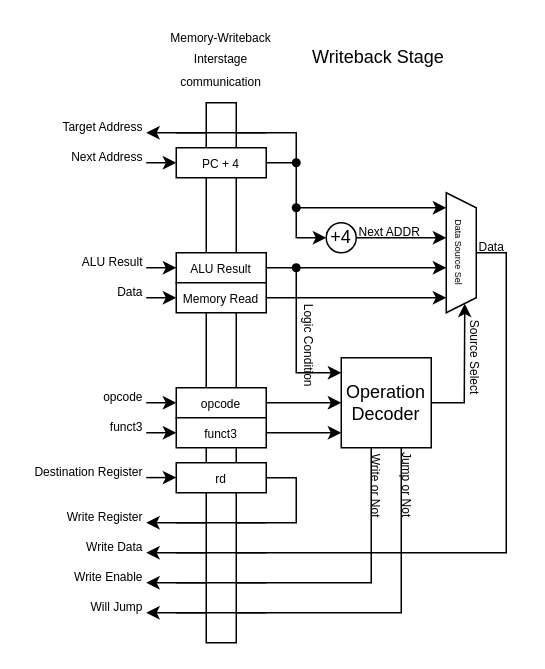
This is page "Writeback stage" (6 of 6) of docs/imgs/microarchitecture/datapath.drawio from WachirawichN/C0-CPU, a draw.io file, before an edit. Source tidied: cells renumbered, new cells numbered last; positions are measured from the earlier drawing's top-left corner, leaving out a move shared by most shapes. Both pictures are drawn from the tidied source at 150%, with x=0, y=0 at pixel (26, 27).
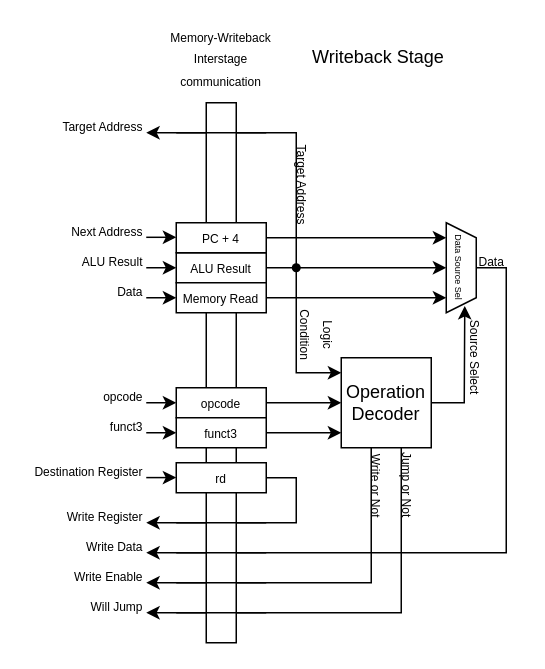
The same diagram, later.

Unchanged cells that the change refers to:
```xml
<mxCell id="17" value="&lt;span style=&quot;font-size: 8px;&quot;&gt;Target Address&lt;/span&gt;" style="text;html=1;whiteSpace=wrap;strokeColor=none;fillColor=none;align=right;verticalAlign=middle;rounded=0;" parent="1" vertex="1">
  <mxGeometry x="20" y="60" width="60" height="10" as="geometry" />
</mxCell>
<mxCell id="42" style="shape=waypoint;sketch=0;fillStyle=solid;size=6;points=[];fillColor=none;perimeter=centerPerimeter;snapToPoint=1;" parent="1" vertex="1">
  <mxGeometry x="170" y="150" width="20" height="20" as="geometry" />
</mxCell>
<mxCell id="45" style="group;" parent="1" vertex="1">
  <mxGeometry x="90" width="80" height="410" as="geometry" />
</mxCell>
```

What changed in the source:
```diff
@@
     <mxCell id="2" style="endArrow=classic;html=1;rounded=0;entryX=0;entryY=0.5;entryDx=0;entryDy=0;" parent="1" edge="1">
       <mxGeometry relative="1" as="geometry">
-        <mxPoint x="80" y="90" as="sourcePoint" />
-        <mxPoint x="100" y="90" as="targetPoint" />
+        <mxPoint x="80" y="139.7" as="sourcePoint" />
+        <mxPoint x="100" y="139.7" as="targetPoint" />
       </mxGeometry>
     </mxCell>
     <mxCell id="3" value="&lt;font style=&quot;font-size: 6px;&quot;&gt;Data Source Sel&lt;/font&gt;" style="shape=trapezoid;perimeter=trapezoidPerimeter;whiteSpace=wrap;html=1;fixedSize=1;size=10;rotation=90;fillColor=light-dark(#FFFFFF,#000000);" parent="1" vertex="1">
-      <mxGeometry x="250" y="140" width="80" height="20" as="geometry" />
+      <mxGeometry x="260" y="150" width="60" height="20" as="geometry" />
     </mxCell>
-    <mxCell id="4" style="endArrow=classic;html=1;rounded=0;exitX=1;exitY=0.5;exitDx=0;exitDy=0;entryX=0.375;entryY=1;entryDx=0;entryDy=0;entryPerimeter=0;" parent="1" edge="1" source="40" target="3">
+    <mxCell id="4" style="endArrow=classic;html=1;rounded=0;exitX=1;exitY=0.5;exitDx=0;exitDy=0;entryX=0.167;entryY=1;entryDx=0;entryDy=0;entryPerimeter=0;" parent="1" edge="1" source="53" target="3">
       <mxGeometry relative="1" as="geometry" />
     </mxCell>
-    <mxCell id="5" style="endArrow=classic;html=1;rounded=0;exitX=1;exitY=0.5;exitDx=0;exitDy=0;entryX=0.625;entryY=1;entryDx=0;entryDy=0;entryPerimeter=0;" parent="1" edge="1" target="3">
+    <mxCell id="5" style="endArrow=classic;html=1;rounded=0;exitX=1;exitY=0.5;exitDx=0;exitDy=0;entryX=0.5;entryY=1;entryDx=0;entryDy=0;" parent="1" edge="1" target="3">
       <mxGeometry relative="1" as="geometry">
         <mxPoint x="160" y="160" as="sourcePoint" />
       </mxGeometry>
     </mxCell>
-    <mxCell id="6" style="endArrow=classic;html=1;rounded=0;exitX=1;exitY=0.5;exitDx=0;exitDy=0;entryX=0.875;entryY=1;entryDx=0;entryDy=0;entryPerimeter=0;" parent="1" edge="1" target="3">
+    <mxCell id="6" style="endArrow=classic;html=1;rounded=0;exitX=1;exitY=0.5;exitDx=0;exitDy=0;entryX=0.833;entryY=1;entryDx=0;entryDy=0;entryPerimeter=0;" parent="1" edge="1" target="3">
       <mxGeometry relative="1" as="geometry">
         <mxPoint x="160" y="180" as="sourcePoint" />
       </mxGeometry>
     </mxCell>
@@
     <mxCell id="11" style="endArrow=classic;html=1;rounded=0;exitX=0.5;exitY=0;exitDx=0;exitDy=0;" parent="1" edge="1" source="3">
       <mxGeometry relative="1" as="geometry">
         <mxPoint x="80" y="350" as="targetPoint" />
         <Array as="points">
-          <mxPoint x="320" y="150" />
+          <mxPoint x="320" y="160" />
           <mxPoint x="320" y="350" />
         </Array>
       </mxGeometry>
     </mxCell>
@@
     <mxCell id="13" value="&lt;font style=&quot;font-size: 8px;&quot;&gt;Data&lt;/font&gt;" style="text;html=1;whiteSpace=wrap;strokeColor=none;fillColor=none;align=left;verticalAlign=middle;rounded=0;" parent="1" vertex="1">
-      <mxGeometry x="300" y="140" width="20" height="10" as="geometry" />
+      <mxGeometry x="300" y="150" width="20" height="10" as="geometry" />
     </mxCell>
@@
     <mxCell id="16" value="&lt;font style=&quot;font-size: 8px;&quot;&gt;Next Address&lt;/font&gt;" style="text;html=1;whiteSpace=wrap;strokeColor=none;fillColor=none;align=right;verticalAlign=middle;rounded=0;" parent="1" vertex="1">
-      <mxGeometry x="30" y="80" width="50" height="10" as="geometry" />
+      <mxGeometry x="30" y="129.7" width="50" height="10" as="geometry" />
     </mxCell>
@@
-    <mxCell id="31" style="endArrow=classic;html=1;rounded=0;entryX=0.125;entryY=1;entryDx=0;entryDy=0;entryPerimeter=0;" parent="1" edge="1" target="3">
-      <mxGeometry relative="1" as="geometry">
-        <mxPoint x="180" y="90" as="sourcePoint" />
-        <Array as="points">
-          <mxPoint x="180" y="120" />
-        </Array>
-      </mxGeometry>
-    </mxCell>
@@
-    <mxCell id="37" style="edgeStyle=orthogonalEdgeStyle;rounded=0;jettySize=auto;html=1;entryX=1;entryY=1;entryDx=0;entryDy=0;" parent="1" edge="1" target="17">
+    <mxCell id="37" style="edgeStyle=orthogonalEdgeStyle;rounded=0;jettySize=auto;html=1;entryX=1;entryY=1;entryDx=0;entryDy=0;exitX=0.5;exitY=0;exitDx=0;exitDy=0;exitPerimeter=0;" parent="1" edge="1" source="42" target="17">
       <mxGeometry relative="1" as="geometry">
-        <mxPoint x="160" y="90" as="sourcePoint" />
         <Array as="points">
-          <mxPoint x="180" y="90" />
           <mxPoint x="180" y="70" />
-          <mxPoint x="80" y="70" />
         </Array>
       </mxGeometry>
     </mxCell>
@@
-    <mxCell id="39" style="endArrow=classic;html=1;rounded=0;entryX=0;entryY=0.5;entryDx=0;entryDy=0;" parent="1" edge="1" target="40">
-      <mxGeometry relative="1" as="geometry">
-        <mxPoint x="180" y="120" as="sourcePoint" />
-        <Array as="points">
-          <mxPoint x="180" y="140" />
-        </Array>
-      </mxGeometry>
-    </mxCell>
-    <mxCell id="40" value="+4" style="ellipse;whiteSpace=wrap;html=1;fillColor=light-dark(#FFFFFF,#000000);" parent="1" vertex="1">
-      <mxGeometry x="200" y="130" width="20" height="20" as="geometry" />
-    </mxCell>
-    <mxCell id="41" value="&lt;font style=&quot;font-size: 8px;&quot;&gt;Next ADDR&lt;/font&gt;" style="text;html=1;whiteSpace=wrap;strokeColor=none;fillColor=none;align=left;verticalAlign=middle;rounded=0;" parent="1" vertex="1">
-      <mxGeometry x="220" y="130" width="50" height="10" as="geometry" />
-    </mxCell>
@@
-    <mxCell id="43" style="shape=waypoint;sketch=0;fillStyle=solid;size=6;fillColor=none;perimeter=centerPerimeter;" parent="1" vertex="1">
-      <mxGeometry x="170" y="80" width="20" height="20" as="geometry" />
-    </mxCell>
-    <mxCell id="44" style="shape=waypoint;sketch=0;fillStyle=solid;size=6;fillColor=none;perimeter=centerPerimeter;" parent="1" vertex="1">
-      <mxGeometry x="170" y="110" width="20" height="20" as="geometry" />
-    </mxCell>
+    <mxCell id="59" value="&lt;font style=&quot;font-size: 8px;&quot;&gt;Logic&lt;/font&gt;&lt;div&gt;&lt;font style=&quot;font-size: 8px;&quot;&gt;Condition&lt;/font&gt;&lt;/div&gt;" style="text;html=1;whiteSpace=wrap;strokeColor=none;fillColor=none;align=center;verticalAlign=middle;rounded=0;rotation=90;" parent="1" vertex="1">
+      <mxGeometry x="170" y="190" width="50" height="30" as="geometry" />
+    </mxCell>
+    <mxCell id="60" value="&lt;span style=&quot;font-size: 8px;&quot;&gt;Target Address&lt;/span&gt;" style="text;html=1;whiteSpace=wrap;strokeColor=none;fillColor=none;align=center;verticalAlign=middle;rounded=0;rotation=90;" parent="1" vertex="1">
+      <mxGeometry x="150" y="100" width="70" height="10" as="geometry" />
+    </mxCell>
@@
     <mxCell id="53" value="&lt;span style=&quot;font-size: 8px;&quot;&gt;PC + 4&lt;/span&gt;" style="rounded=0;whiteSpace=wrap;html=1;strokeColor=light-dark(#000000,#FFFFFF);fillColor=light-dark(#FFFFFF,#000000);" parent="45" vertex="1">
-      <mxGeometry x="10" y="80" width="60" height="20" as="geometry" />
+      <mxGeometry x="10" y="130" width="60" height="20" as="geometry" />
     </mxCell>
@@
-    <mxCell id="59" value="&lt;font style=&quot;font-size: 8px;&quot;&gt;Logic Condition&lt;/font&gt;" style="text;html=1;whiteSpace=wrap;strokeColor=none;fillColor=none;align=left;verticalAlign=middle;rounded=0;rotation=90;" parent="1" vertex="1">
-      <mxGeometry x="160" y="207.5" width="60" height="10" as="geometry" />
-    </mxCell>
```
